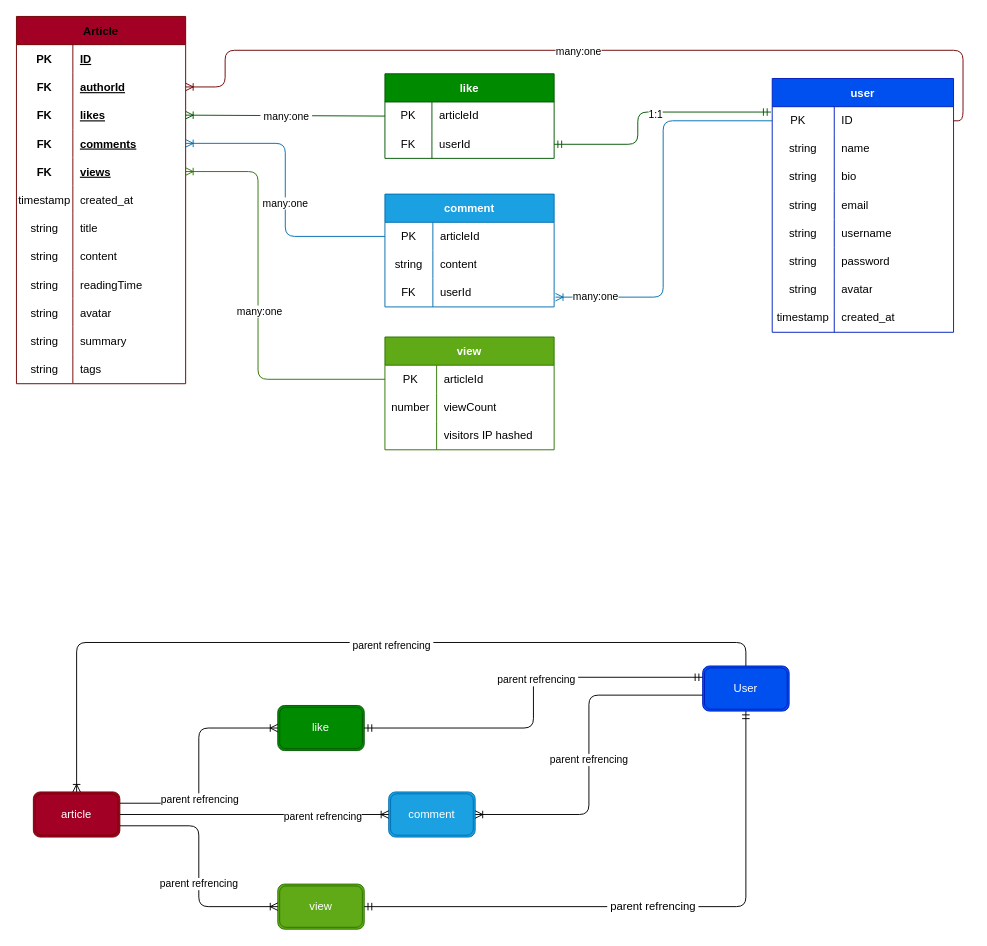
Above: backend/doc/dbSchema.drawio in MhL5/Meta-Blog (draw.io), before the change. Source tidied: cells renumbered, new cells numbered last; positions are measured from the earlier drawing's top-left corner, leaving out a move shared by most shapes. Both pictures are drawn from the tidied source at 94%, with x=0, y=0 at pixel (16, 16).
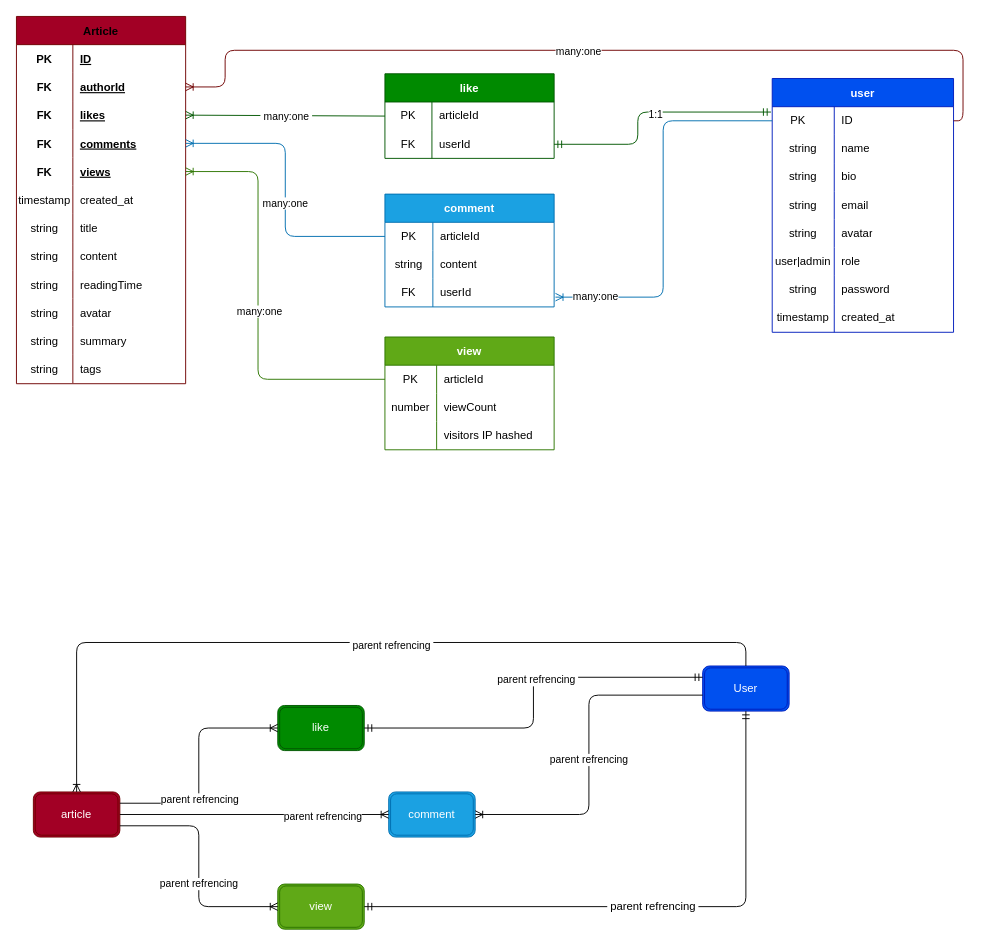
Above is the later version.

The change refers to these unchanged cells:
```xml
<mxCell id="2" value="user" style="shape=table;startSize=30;childLayout=tableLayout;rowLines=0;fontStyle=1;fillColor=#0050ef;fontColor=#ffffff;strokeColor=#001DBC;rounded=0;" parent="1" vertex="1">
  <mxGeometry x="804" y="66" width="192.9" height="270" as="geometry" />
</mxCell>
<mxCell id="21" style="shape=tableRow;horizontal=0;startSize=0;swimlaneHead=0;swimlaneBody=0;top=0;left=0;bottom=0;right=0;fillColor=none;rounded=0;" parent="2" vertex="1">
  <mxGeometry y="210" width="192.9" height="30" as="geometry" />
</mxCell>
```

The edit, as a diff of the source:
```diff
@@
-    <mxCell id="15" style="shape=tableRow;horizontal=0;startSize=0;swimlaneHead=0;swimlaneBody=0;top=0;left=0;bottom=0;right=0;fillColor=none;rounded=0;" parent="2" vertex="1">
-      <mxGeometry y="150" width="192.9" height="30" as="geometry" />
-    </mxCell>
-    <mxCell id="16" value="string" style="shape=partialRectangle;html=1;whiteSpace=wrap;fillColor=none;top=0;left=0;bottom=0;right=0;overflow=hidden;rounded=0;" parent="15" vertex="1">
-      <mxGeometry width="66" height="30" as="geometry" />
-    </mxCell>
-    <mxCell id="17" value="username" style="shape=partialRectangle;html=1;whiteSpace=wrap;fillColor=none;top=0;left=0;bottom=0;right=0;align=left;spacingLeft=6;overflow=hidden;rounded=0;" parent="15" vertex="1">
-      <mxGeometry x="66" width="127" height="30" as="geometry" />
-    </mxCell>
     <mxCell id="18" style="shape=tableRow;horizontal=0;startSize=0;swimlaneHead=0;swimlaneBody=0;top=0;left=0;bottom=0;right=0;fillColor=none;rounded=0;" parent="2" vertex="1">
-      <mxGeometry y="180" width="192.9" height="30" as="geometry" />
+      <mxGeometry y="150" width="192.9" height="30" as="geometry" />
     </mxCell>
@@
-    <mxCell id="20" value="password" style="shape=partialRectangle;html=1;whiteSpace=wrap;fillColor=none;top=0;left=0;bottom=0;right=0;align=left;spacingLeft=6;overflow=hidden;rounded=0;" parent="18" vertex="1">
+    <mxCell id="20" value="avatar" style="shape=partialRectangle;html=1;whiteSpace=wrap;fillColor=none;top=0;left=0;bottom=0;right=0;align=left;spacingLeft=6;overflow=hidden;rounded=0;" parent="18" vertex="1">
       <mxGeometry x="66" width="127" height="30" as="geometry" />
     </mxCell>
+    <mxCell id="121" style="shape=tableRow;horizontal=0;startSize=0;swimlaneHead=0;swimlaneBody=0;top=0;left=0;bottom=0;right=0;fillColor=none;rounded=0;" parent="2" vertex="1">
+      <mxGeometry y="180" width="192.9" height="30" as="geometry" />
+    </mxCell>
+    <mxCell id="122" value="user|admin" style="shape=partialRectangle;html=1;whiteSpace=wrap;fillColor=none;top=0;left=0;bottom=0;right=0;overflow=hidden;rounded=0;" parent="121" vertex="1">
+      <mxGeometry width="66" height="30" as="geometry" />
+    </mxCell>
+    <mxCell id="123" value="role" style="shape=partialRectangle;html=1;whiteSpace=wrap;fillColor=none;top=0;left=0;bottom=0;right=0;align=left;spacingLeft=6;overflow=hidden;rounded=0;" parent="121" vertex="1">
+      <mxGeometry x="66" width="127" height="30" as="geometry" />
+    </mxCell>
@@
-    <mxCell id="23" value="avatar" style="shape=partialRectangle;html=1;whiteSpace=wrap;fillColor=none;top=0;left=0;bottom=0;right=0;align=left;spacingLeft=6;overflow=hidden;rounded=0;" parent="21" vertex="1">
+    <mxCell id="23" value="password" style="shape=partialRectangle;html=1;whiteSpace=wrap;fillColor=none;top=0;left=0;bottom=0;right=0;align=left;spacingLeft=6;overflow=hidden;rounded=0;" parent="21" vertex="1">
       <mxGeometry x="66" width="127" height="30" as="geometry" />
     </mxCell>
```
